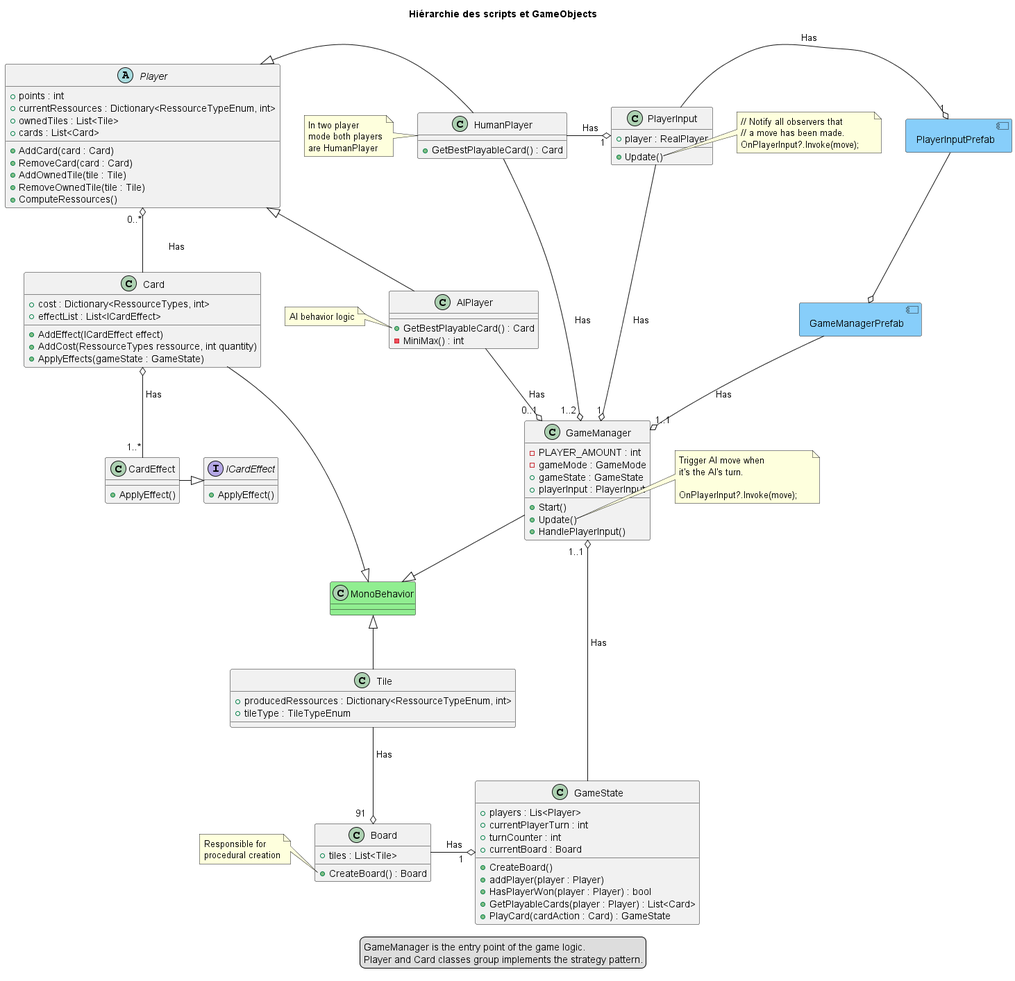
This is Assets/Scripts/Documentation/GameSystem.png from LOG725-01/JustOneEarth, a PlantUML export, as it was before one commit. Source of this version:
```plantuml
@startuml
allow_mixing
skinparam ComponentBackgroundColor LightSkyBlue
title Hiérarchie des scripts et GameObjects

class GameManager{
    - PLAYER_AMOUNT : int
    - gameMode : GameMode
    + gameState : GameState
    + playerInput : PlayerInput
    + Start()
    + Update()
    + HandlePlayerInput()
}
note right of GameManager::Update()
Trigger AI move when
it's the AI's turn.

OnPlayerInput?.Invoke(move);
end note

class GameState {
    + players : Lis<Player>
    + currentPlayerTurn : int
    + turnCounter : int
    + currentBoard : Board
    + CreateBoard()
    + addPlayer(player : Player)
    + HasPlayerWon(player : Player) : bool
    + GetPlayableCards(player : Player) : List<Card>
    + PlayCard(cardAction : Card) : GameState
}

abstract class Player{
    + points : int
    + currentRessources : Dictionary<RessourceTypeEnum, int>
    + ownedTiles : List<Tile>
    + cards : List<Card>
    + AddCard(card : Card)
    + RemoveCard(card : Card)
    + AddOwnedTile(tile : Tile)
    + RemoveOwnedTile(tile : Tile)
    + ComputeRessources()
}

class HumanPlayer{
    + GetBestPlayableCard() : Card
}
note left of HumanPlayer
In two player
mode both players
are HumanPlayer
end note

class AIPlayer{
    + GetBestPlayableCard() : Card
    - MiniMax() : int
}
note left of AIPlayer::GetBestPlayableCard
AI behavior logic
end note

class Card {
    + cost : Dictionary<RessourceTypes, int>
    + effectList : List<ICardEffect>
    + AddEffect(ICardEffect effect)
    + AddCost(RessourceTypes ressource, int quantity)
    + ApplyEffects(gameState : GameState)
}

interface ICardEffect{
    + ApplyEffect()
}

class CardEffect{
    + ApplyEffect()
}

class Board {
    + tiles : List<Tile>
    + CreateBoard() : Board
}
note left of Board::CreateBoard
  Responsible for
  procedural creation
end note

class Tile {
    + producedRessources : Dictionary<RessourceTypeEnum, int>
    + tileType : TileTypeEnum
}

class PlayerInput {
    + player : RealPlayer
    + Update()
}
note right of PlayerInput::Update()
// Notify all observers that
// a move has been made.
OnPlayerInput?.Invoke(move);
end note

class MonoBehavior #LightGreen

component GameManagerPrefab
component PlayerInputPrefab

Card ---r---|> MonoBehavior

HumanPlayer -o "\t1" PlayerInput : " Has"

GameManagerPrefab -d-o "1..1" GameManager : "Has"
PlayerInputPrefab -d-o GameManagerPrefab

HumanPlayer -d-o "1..2 " GameManager : " Has"
AIPlayer -r-o "0..1" GameManager : " Has"
PlayerInput ---o "1" GameManager : "Has"

Card -u-o "0..*" Player : "\t\t\t\nHas"
Card o-d- "1..*" CardEffect : " Has"
CardEffect -r-|> ICardEffect

HumanPlayer --l--|> Player
AIPlayer -u-|> Player

GameManager -d-|> MonoBehavior
GameState -l-o "1..1 " GameManager : " Has"

Tile -u-|> MonoBehavior
Board -r-o "  1  " GameState : " Has"
Tile -d-o "91  " Board : " Has"

PlayerInput -r-o "1" PlayerInputPrefab : "Has"

legend
    GameManager is the entry point of the game logic.
    Player and Card classes group implements the strategy pattern.
end legend

@enduml
```
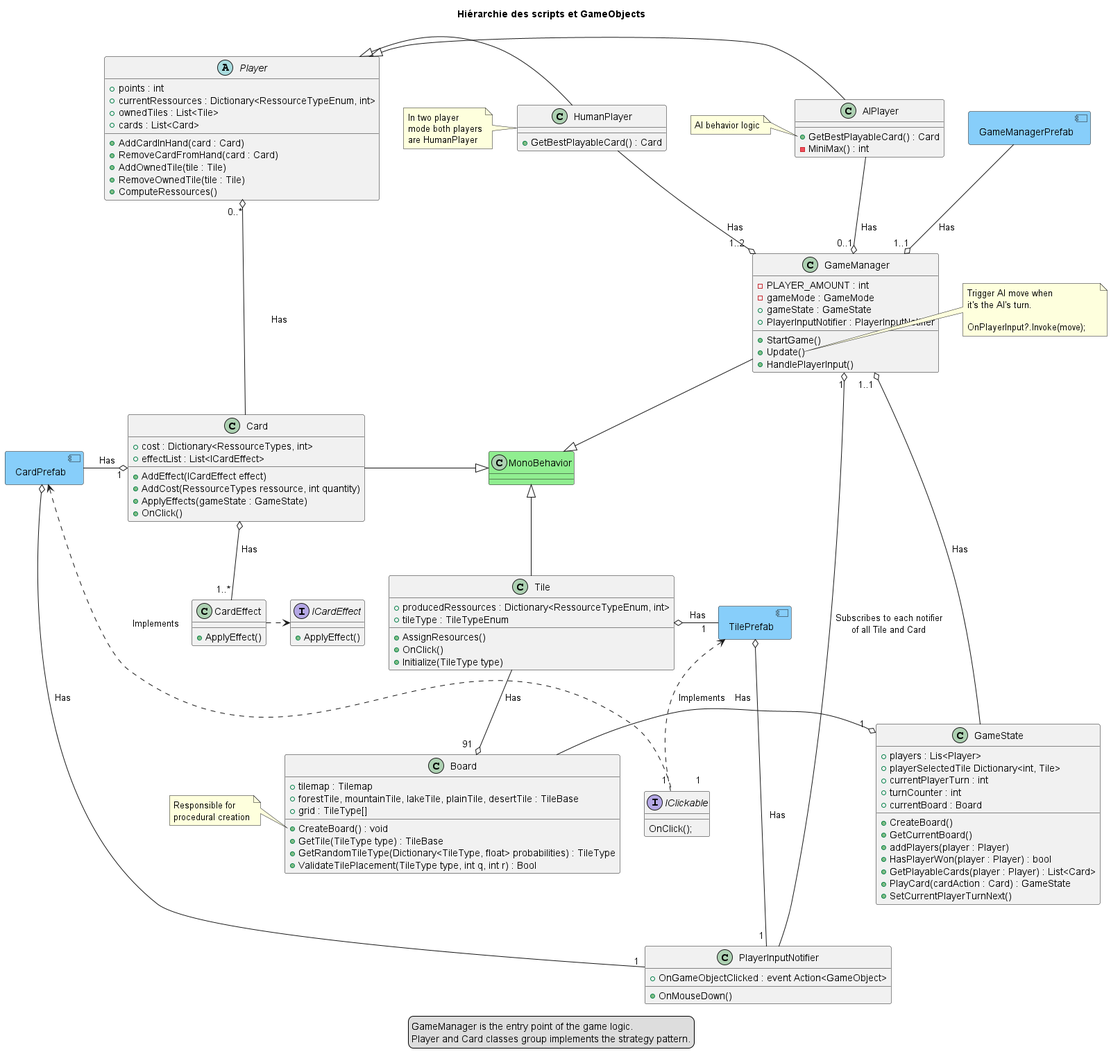
Later version of the same file.

What changed in the source:
```diff
@@ -7,8 +7,8 @@
     - PLAYER_AMOUNT : int
     - gameMode : GameMode
     + gameState : GameState
-    + playerInput : PlayerInput
-    + Start()
+    + PlayerInputNotifier : PlayerInputNotifier
+    + StartGame()
     + Update()
     + HandlePlayerInput()
 }
@@ -21,14 +21,17 @@
 
 class GameState {
     + players : Lis<Player>
+    + playerSelectedTile Dictionary<int, Tile>
     + currentPlayerTurn : int
     + turnCounter : int
     + currentBoard : Board
     + CreateBoard()
-    + addPlayer(player : Player)
+    + GetCurrentBoard()
+    + addPlayers(player : Player)
     + HasPlayerWon(player : Player) : bool
     + GetPlayableCards(player : Player) : List<Card>
     + PlayCard(cardAction : Card) : GameState
+    + SetCurrentPlayerTurnNext()
 }
 
 abstract class Player{
@@ -36,8 +39,8 @@
     + currentRessources : Dictionary<RessourceTypeEnum, int>
     + ownedTiles : List<Tile>
     + cards : List<Card>
-    + AddCard(card : Card)
-    + RemoveCard(card : Card)
+    + AddCardInHand(card : Card)
+    + RemoveCardFromHand(card : Card)
     + AddOwnedTile(tile : Tile)
     + RemoveOwnedTile(tile : Tile)
     + ComputeRessources()
@@ -66,6 +69,7 @@
     + AddEffect(ICardEffect effect)
     + AddCost(RessourceTypes ressource, int quantity)
     + ApplyEffects(gameState : GameState)
+    + OnClick()
 }
 
 interface ICardEffect{
@@ -77,9 +81,15 @@
 }
 
 class Board {
-    + tiles : List<Tile>
-    + CreateBoard() : Board
+    + tilemap : Tilemap
+    + forestTile, mountainTile, lakeTile, plainTile, desertTile : TileBase
+    + grid : TileType[]
+    + CreateBoard() : void
+    + GetTile(TileType type) : TileBase
+    + GetRandomTileType(Dictionary<TileType, float> probabilities) : TileType
+    + ValidateTilePlacement(TileType type, int q, int r) : Bool
 }
+
 note left of Board::CreateBoard
   Responsible for
   procedural creation
@@ -88,40 +98,54 @@
 class Tile {
     + producedRessources : Dictionary<RessourceTypeEnum, int>
     + tileType : TileTypeEnum
+    + AssignResources()
+    + OnClick()
+    + Initialize(TileType type)
 }
 
-class PlayerInput {
-    + player : RealPlayer
-    + Update()
+class PlayerInputNotifier {
+    + OnGameObjectClicked : event Action<GameObject>
+    + OnMouseDown()
 }
-note right of PlayerInput::Update()
+note right of PlayerInputNotifier::Update()
 // Notify all observers that
 // a move has been made.
 OnPlayerInput?.Invoke(move);
 end note
 
+interface IClickable {
+    OnClick();
+}
+
 class MonoBehavior #LightGreen
 
 component GameManagerPrefab
-component PlayerInputPrefab
+component TilePrefab
+component CardPrefab
 
 Card ---r---|> MonoBehavior
 
-HumanPlayer -o "\t1" PlayerInput : " Has"
+TilePrefab o- "\t1" PlayerInputNotifier : " Has"
+CardPrefab o- "\t1" PlayerInputNotifier : " Has"
+
+CardPrefab -r--o "\t1" Card : " Has"
+TilePrefab -l--o "\t1" Tile : " Has"
+
+TilePrefab <.d. "\t1" IClickable : " Implements"
+CardPrefab <.d. "\t1" IClickable : " Implements"
 
 GameManagerPrefab -d-o "1..1" GameManager : "Has"
-PlayerInputPrefab -d-o GameManagerPrefab
 
 HumanPlayer -d-o "1..2 " GameManager : " Has"
 AIPlayer -r-o "0..1" GameManager : " Has"
-PlayerInput ---o "1" GameManager : "Has"
+PlayerInputNotifier --u---o "1" GameManager : "Subscribes to each notifier\nof all Tile and Card"
 
 Card -u-o "0..*" Player : "\t\t\t\nHas"
 Card o-d- "1..*" CardEffect : " Has"
-CardEffect -r-|> ICardEffect
+CardEffect .r.> ICardEffect
 
 HumanPlayer --l--|> Player
-AIPlayer -u-|> Player
+AIPlayer -l-|> Player
 
 GameManager -d-|> MonoBehavior
 GameState -l-o "1..1 " GameManager : " Has"
@@ -130,8 +154,6 @@
 Board -r-o "  1  " GameState : " Has"
 Tile -d-o "91  " Board : " Has"
 
-PlayerInput -r-o "1" PlayerInputPrefab : "Has"
-
 legend
     GameManager is the entry point of the game logic.
     Player and Card classes group implements the strategy pattern.
```
